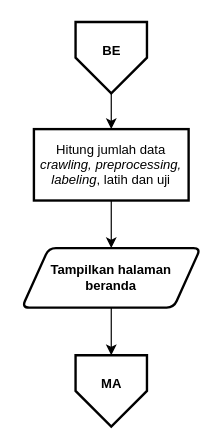
Before: Dokumen TA/Paper/Flowchart/Flowchart menu beranda.drawio in muspriandi/TextMining-SentimentAnalysis, a draw.io diagram. Source tidied: cells renumbered, new cells numbered last; positions are measured from the earlier drawing's top-left corner, leaving out a move shared by most shapes. Both pictures are drawn from the tidied source at 119%, with x=0, y=0 at pixel (21, 21).
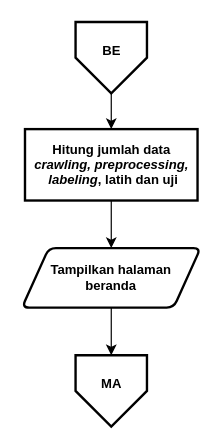
Above is the later version.

The edit, as a diff of the source:
```diff
@@
 <mxGraphModel>
   <root>
     <mxCell id="0" />
     <mxCell id="1" parent="0" />
     <mxCell id="2" style="edgeStyle=orthogonalEdgeStyle;rounded=0;orthogonalLoop=1;jettySize=auto;html=1;entryX=0.5;entryY=0;entryDx=0;entryDy=0;entryPerimeter=0;fontSize=12;" parent="1" edge="1">
       <mxGeometry relative="1" as="geometry">
         <mxPoint x="455" y="390" as="sourcePoint" />
         <Array as="points">
           <mxPoint x="455" y="430" />
           <mxPoint x="555" y="430" />
           <mxPoint x="555" y="90" />
           <mxPoint x="655" y="90" />
         </Array>
       </mxGeometry>
     </mxCell>
     <mxCell id="3" style="edgeStyle=orthogonalEdgeStyle;rounded=0;orthogonalLoop=1;jettySize=auto;html=1;entryX=0.5;entryY=0;entryDx=0;entryDy=0;entryPerimeter=0;fontSize=12;" parent="1" edge="1">
       <mxGeometry relative="1" as="geometry">
         <mxPoint x="435" y="360" as="sourcePoint" />
         <Array as="points">
           <mxPoint x="435" y="400" />
           <mxPoint x="535" y="400" />
           <mxPoint x="535" y="60" />
           <mxPoint x="635" y="60" />
         </Array>
       </mxGeometry>
     </mxCell>
     <mxCell id="4" style="edgeStyle=orthogonalEdgeStyle;rounded=0;jettySize=auto;html=1;entryX=0.5;entryY=0;entryDx=0;entryDy=0;fontSize=11;" parent="1" edge="1" source="5" target="10">
       <mxGeometry relative="1" as="geometry" />
     </mxCell>
     <mxCell id="5" style="verticalLabelPosition=bottom;verticalAlign=top;html=1;shape=offPageConnector;rounded=0;size=0.5;fontStyle=0;strokeWidth=2;" parent="1" vertex="1">
       <mxGeometry x="45" width="60" height="60" as="geometry" />
     </mxCell>
     <mxCell id="6" value="BE" style="text;html=1;align=center;verticalAlign=middle;fontSize=11;fontStyle=1;" parent="1" vertex="1">
       <mxGeometry x="60" y="14" width="30" height="20" as="geometry" />
     </mxCell>
     <mxCell id="7" style="edgeStyle=orthogonalEdgeStyle;rounded=0;jettySize=auto;html=1;entryX=0.5;entryY=0;entryDx=0;entryDy=0;fontSize=11;" parent="1" edge="1" source="8" target="11">
       <mxGeometry relative="1" as="geometry" />
     </mxCell>
     <mxCell id="8" value="&lt;b&gt;Tampilkan halaman &lt;br&gt;beranda&lt;/b&gt;" style="shape=parallelogram;html=1;strokeWidth=2;perimeter=parallelogramPerimeter;whiteSpace=wrap;rounded=1;arcSize=12;size=0.15000000000000002;fontSize=11;" parent="1" vertex="1">
       <mxGeometry y="190" width="150" height="50" as="geometry" />
     </mxCell>
     <mxCell id="9" style="edgeStyle=orthogonalEdgeStyle;rounded=0;jettySize=auto;html=1;entryX=0.5;entryY=0;entryDx=0;entryDy=0;fontSize=11;" parent="1" edge="1" source="10" target="8">
       <mxGeometry relative="1" as="geometry" />
     </mxCell>
-    <mxCell id="10" value="Hitung jumlah data &lt;i&gt;crawling, preprocessing, labeling&lt;/i&gt;, latih dan uji" style="rounded=1;whiteSpace=wrap;html=1;absoluteArcSize=1;arcSize=0;strokeWidth=2;fontSize=11;" parent="1" vertex="1">
-      <mxGeometry x="10" y="90" width="130" height="60" as="geometry" />
+    <mxCell id="10" value="Hitung jumlah data &lt;i&gt;crawling, preprocessing,&lt;br&gt;&amp;nbsp;labeling&lt;/i&gt;, latih dan uji" style="rounded=1;whiteSpace=wrap;html=1;absoluteArcSize=1;arcSize=0;strokeWidth=2;fontSize=11;fontStyle=1;" parent="1" vertex="1">
+      <mxGeometry x="2.5" y="90" width="145" height="60" as="geometry" />
     </mxCell>
     <mxCell id="11" style="verticalLabelPosition=bottom;verticalAlign=top;html=1;shape=offPageConnector;rounded=0;size=0.5;fontStyle=0;strokeWidth=2;" parent="1" vertex="1">
       <mxGeometry x="45" y="280" width="60" height="60" as="geometry" />
     </mxCell>
     <mxCell id="12" value="MA" style="text;html=1;align=center;verticalAlign=middle;fontSize=11;fontStyle=1;" parent="1" vertex="1">
       <mxGeometry x="60" y="294" width="30" height="20" as="geometry" />
     </mxCell>
   </root>
 </mxGraphModel>
```
